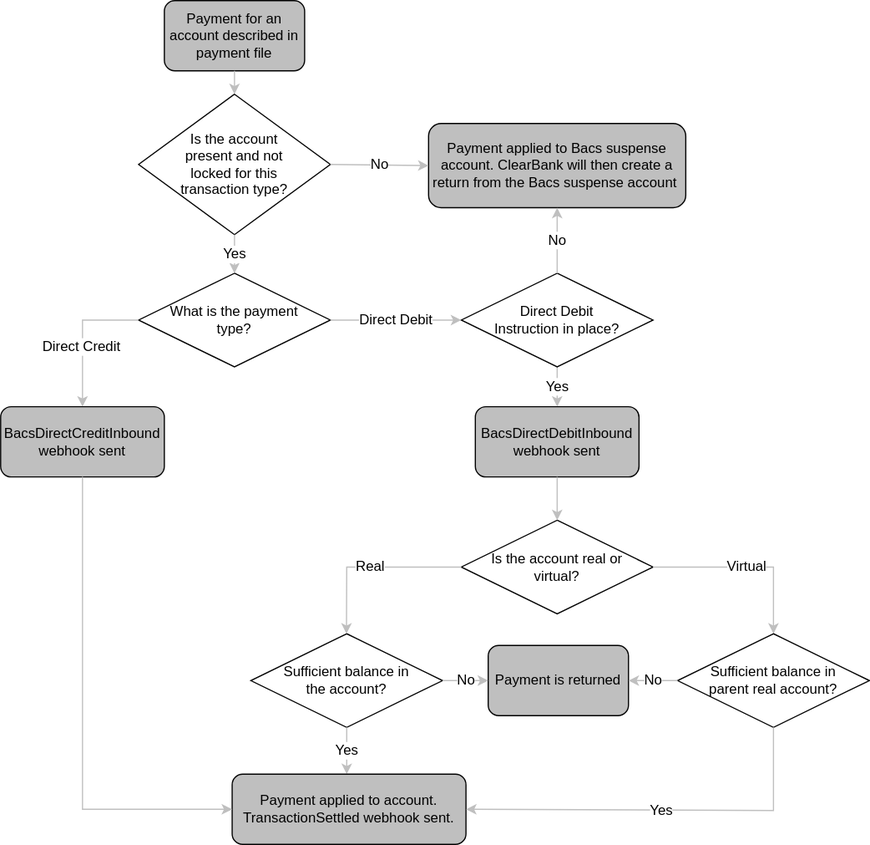
The draw.io diagram static/assets/images/BacsOverview-DecisionTree.svg in a-adamkovich-cb/clearbank.github.io, before a commit. Source tidied: cells renumbered, new cells last; positions are measured from the earlier drawing's top-left corner, leaving out a move shared by most shapes.
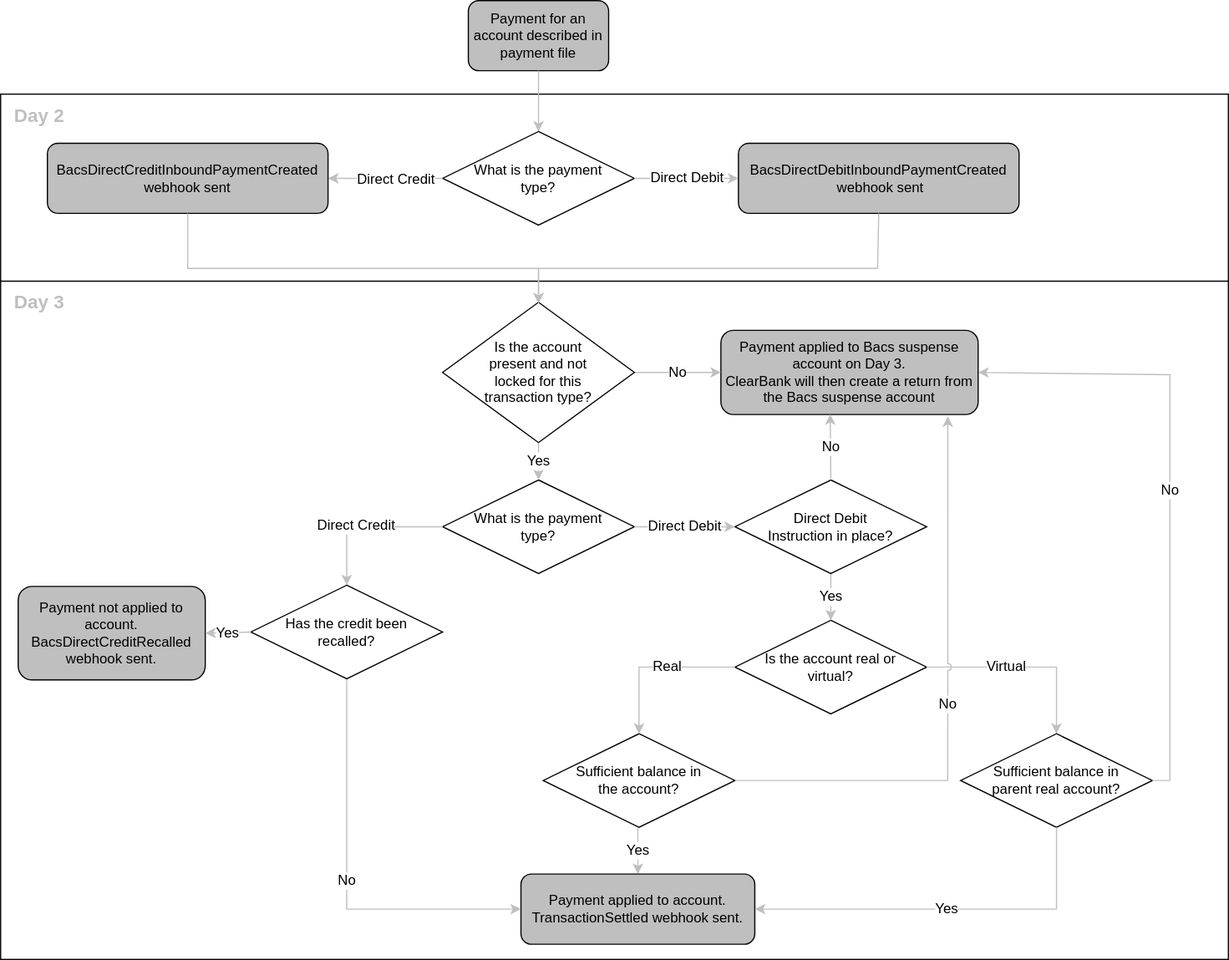
The same diagram one commit later.

The edit, as a diff of the source:
```diff
@@ -2,112 +2,161 @@
   <root>
     <mxCell id="0" />
     <mxCell id="1" parent="0" />
-    <mxCell id="2" value="Is the account present and not locked for this transaction type?" style="rhombus;whiteSpace=wrap;html=1;spacing=25;fontColor=#000000;" parent="1" vertex="1">
-      <mxGeometry x="118" y="80" width="164" height="120" as="geometry" />
-    </mxCell>
+    <mxCell id="30" value="&lt;b style=&quot;color: rgb(191, 191, 191); font-size: 16px; text-align: center;&quot;&gt;Day 2&lt;/b&gt;" style="rounded=0;whiteSpace=wrap;html=1;align=left;verticalAlign=top;spacing=2;spacingTop=2;spacingLeft=10;fontSize=16;" parent="1" vertex="1">
+      <mxGeometry x="-272" y="-97" width="1050" height="160" as="geometry" />
+    </mxCell>
+    <mxCell id="31" value="&lt;b style=&quot;color: rgb(191, 191, 191); font-size: 16px; text-align: center;&quot;&gt;Day 3&lt;/b&gt;" style="rounded=0;whiteSpace=wrap;html=1;align=left;verticalAlign=top;spacing=2;spacingTop=2;spacingLeft=10;fontSize=16;" parent="1" vertex="1">
+      <mxGeometry x="-272" y="63" width="1050" height="580" as="geometry" />
+    </mxCell>
     <mxCell id="3" value="&lt;span style=&quot;&quot;&gt;What is the payment type?&lt;/span&gt;" style="rhombus;whiteSpace=wrap;html=1;spacing=25;fontColor=#000000;" parent="1" vertex="1">
-      <mxGeometry x="118" y="233" width="164" height="80" as="geometry" />
+      <mxGeometry x="106" y="233" width="164" height="80" as="geometry" />
     </mxCell>
     <mxCell id="4" value="Sufficient balance in the account?" style="rhombus;whiteSpace=wrap;html=1;spacing=25;fontColor=#000000;" parent="1" vertex="1">
-      <mxGeometry x="214" y="541" width="164" height="80" as="geometry" />
+      <mxGeometry x="192" y="450" width="164" height="80" as="geometry" />
     </mxCell>
     <mxCell id="5" value="Is the account real or virtual?" style="rhombus;whiteSpace=wrap;html=1;spacing=25;fontColor=#000000;" parent="1" vertex="1">
-      <mxGeometry x="394" y="444" width="164" height="80" as="geometry" />
+      <mxGeometry x="356" y="353" width="164" height="80" as="geometry" />
     </mxCell>
-    <mxCell id="6" value="Yes" style="endArrow=classic;html=1;rounded=0;fontSize=12;fontColor=#000000;strokeColor=#bfbfbf;entryX=0.5;entryY=0;entryDx=0;entryDy=0;exitX=0.5;exitY=1;exitDx=0;exitDy=0;" parent="1" edge="1" source="2" target="3">
+    <mxCell id="6" value="Yes" style="endArrow=classic;html=1;rounded=0;fontSize=12;fontColor=#000000;strokeColor=#bfbfbf;exitX=0.5;exitY=1;exitDx=0;exitDy=0;" parent="1" edge="1" source="2" target="3">
       <mxGeometry relative="1" as="geometry" />
     </mxCell>
-    <mxCell id="7" value="Yes" style="endArrow=classic;html=1;rounded=0;fontSize=12;fontColor=#000000;strokeColor=#bfbfbf;exitX=0.5;exitY=1;exitDx=0;exitDy=0;" parent="1" edge="1" source="4">
+    <mxCell id="7" value="Yes" style="endArrow=classic;html=1;rounded=0;fontSize=12;fontColor=#000000;strokeColor=#bfbfbf;exitX=0.5;exitY=1;exitDx=0;exitDy=0;entryX=0.5;entryY=0;entryDx=0;entryDy=0;" parent="1" edge="1" target="10">
       <mxGeometry relative="1" as="geometry">
-        <mxPoint x="296" y="661" as="targetPoint" />
+        <mxPoint x="273" y="530" as="sourcePoint" />
       </mxGeometry>
     </mxCell>
-    <mxCell id="8" value="Yes" style="endArrow=classic;html=1;rounded=0;fontSize=12;fontColor=#000000;strokeColor=#bfbfbf;exitX=0.5;exitY=1;exitDx=0;exitDy=0;startArrow=none;entryX=0.5;entryY=0;entryDx=0;entryDy=0;" parent="1" edge="1" source="19" target="26">
+    <mxCell id="8" value="Yes" style="endArrow=classic;html=1;rounded=0;fontSize=12;fontColor=#000000;strokeColor=#bfbfbf;exitX=0.5;exitY=1;exitDx=0;exitDy=0;startArrow=none;entryX=0.5;entryY=0;entryDx=0;entryDy=0;" parent="1" edge="1" source="19" target="5">
       <mxGeometry relative="1" as="geometry" />
     </mxCell>
-    <mxCell id="9" value="Real" style="endArrow=classic;html=1;rounded=0;fontSize=12;fontColor=#000000;strokeColor=#bfbfbf;exitX=0;exitY=0.5;exitDx=0;exitDy=0;" parent="1" edge="1" source="5">
-      <mxGeometry relative="1" as="geometry">
-        <mxPoint x="295.8" y="541" as="targetPoint" />
+    <mxCell id="9" value="Real" style="endArrow=classic;html=1;rounded=0;fontSize=12;fontColor=#000000;strokeColor=#bfbfbf;exitX=0;exitY=0.5;exitDx=0;exitDy=0;entryX=0.5;entryY=0;entryDx=0;entryDy=0;" parent="1" edge="1" source="5" target="4">
+      <mxGeometry x="-0.17" relative="1" as="geometry">
         <Array as="points">
-          <mxPoint x="296" y="484" />
+          <mxPoint x="274" y="393" />
         </Array>
       </mxGeometry>
     </mxCell>
     <mxCell id="10" value="&lt;font&gt;Payment applied to account.&lt;br&gt;TransactionSettled webhook sent.&lt;br&gt;&lt;/font&gt;" style="rounded=1;whiteSpace=wrap;html=1;fontSize=12;fontColor=#000000;fillColor=#bfbfbf;align=center;" parent="1" vertex="1">
-      <mxGeometry x="198" y="661" width="200" height="60" as="geometry" />
+      <mxGeometry x="173" y="570" width="200" height="60" as="geometry" />
     </mxCell>
-    <mxCell id="11" value="&lt;font&gt;Payment for an account described in payment file&lt;/font&gt;" style="rounded=1;whiteSpace=wrap;html=1;fontSize=12;fontColor=#000000;fillColor=#bfbfbf;align=center;" parent="1" vertex="1">
-      <mxGeometry x="140" width="120" height="60" as="geometry" />
-    </mxCell>
-    <mxCell id="12" style="endArrow=classic;html=1;rounded=0;fontSize=12;fontColor=#000000;strokeColor=#bfbfbf;entryX=0.5;entryY=0;entryDx=0;entryDy=0;exitX=0.5;exitY=1;exitDx=0;exitDy=0;" parent="1" edge="1" source="11" target="2">
-      <mxGeometry relative="1" as="geometry" />
-    </mxCell>
     <mxCell id="13" value="Virtual" style="endArrow=classic;html=1;rounded=0;fontSize=12;fontColor=#000000;strokeColor=#bfbfbf;exitX=1;exitY=0.5;exitDx=0;exitDy=0;entryX=0.5;entryY=0;entryDx=0;entryDy=0;" parent="1" edge="1" source="5" target="14">
-      <mxGeometry relative="1" as="geometry">
+      <mxGeometry x="-0.19" relative="1" as="geometry">
         <Array as="points">
-          <mxPoint x="661" y="484" />
+          <mxPoint x="631" y="393" />
         </Array>
       </mxGeometry>
     </mxCell>
     <mxCell id="14" value="Sufficient balance in parent real account?" style="rhombus;whiteSpace=wrap;html=1;spacing=25;fontColor=#000000;" parent="1" vertex="1">
-      <mxGeometry x="579" y="541" width="164" height="80" as="geometry" />
+      <mxGeometry x="549" y="450" width="164" height="80" as="geometry" />
     </mxCell>
     <mxCell id="15" value="Yes" style="endArrow=classic;html=1;rounded=0;fontSize=12;fontColor=#000000;strokeColor=#bfbfbf;exitX=0.5;exitY=1;exitDx=0;exitDy=0;entryX=1;entryY=0.5;entryDx=0;entryDy=0;" parent="1" edge="1" source="14" target="10">
       <mxGeometry relative="1" as="geometry">
         <Array as="points">
-          <mxPoint x="661" y="692" />
+          <mxPoint x="631" y="600" />
         </Array>
       </mxGeometry>
     </mxCell>
-    <mxCell id="16" value="&lt;font&gt;Payment is returned&lt;/font&gt;" style="rounded=1;whiteSpace=wrap;html=1;fontSize=12;fontColor=#000000;fillColor=#bfbfbf;align=center;" parent="1" vertex="1">
-      <mxGeometry x="417" y="551" width="120" height="60" as="geometry" />
-    </mxCell>
-    <mxCell id="17" value="No" style="endArrow=classic;html=1;rounded=0;fontSize=12;fontColor=#000000;strokeColor=#bfbfbf;exitX=1;exitY=0.5;exitDx=0;exitDy=0;" parent="1" edge="1" source="4" target="16">
-      <mxGeometry relative="1" as="geometry" />
+    <mxCell id="17" value="No" style="endArrow=classic;html=1;rounded=0;fontSize=12;fontColor=#000000;strokeColor=#bfbfbf;exitX=1;exitY=0.5;exitDx=0;exitDy=0;entryX=0.882;entryY=1.021;entryDx=0;entryDy=0;entryPerimeter=0;jumpStyle=arc;" parent="1" edge="1" source="4" target="23">
+      <mxGeometry relative="1" as="geometry">
+        <Array as="points">
+          <mxPoint x="538" y="490" />
+        </Array>
+      </mxGeometry>
     </mxCell>
-    <mxCell id="18" value="No" style="endArrow=classic;html=1;rounded=0;fontSize=12;fontColor=#000000;strokeColor=#bfbfbf;entryX=1;entryY=0.5;entryDx=0;entryDy=0;" parent="1" edge="1" source="14" target="16">
-      <mxGeometry relative="1" as="geometry" />
+    <mxCell id="18" value="No" style="endArrow=classic;html=1;rounded=0;fontSize=12;fontColor=#000000;strokeColor=#bfbfbf;exitX=1;exitY=0.5;exitDx=0;exitDy=0;entryX=1;entryY=0.5;entryDx=0;entryDy=0;" parent="1" edge="1" source="14" target="23">
+      <mxGeometry relative="1" as="geometry">
+        <Array as="points">
+          <mxPoint x="728" y="490" />
+          <mxPoint x="728" y="143" />
+        </Array>
+      </mxGeometry>
     </mxCell>
     <mxCell id="19" value="Direct Debit Instruction in place?" style="rhombus;whiteSpace=wrap;html=1;spacing=25;fontColor=#000000;" parent="1" vertex="1">
-      <mxGeometry x="394" y="233" width="164" height="80" as="geometry" />
+      <mxGeometry x="356" y="233" width="164" height="80" as="geometry" />
     </mxCell>
     <mxCell id="20" value="Direct Debit" style="endArrow=classic;html=1;rounded=0;fontSize=12;fontColor=#000000;strokeColor=#bfbfbf;exitX=1;exitY=0.5;exitDx=0;exitDy=0;startArrow=none;entryX=0;entryY=0.5;entryDx=0;entryDy=0;" parent="1" edge="1" source="3" target="19">
       <mxGeometry relative="1" as="geometry" />
     </mxCell>
-    <mxCell id="21" style="endArrow=classic;html=1;rounded=0;fontSize=12;fontColor=#000000;strokeColor=#bfbfbf;exitX=0;exitY=0.5;exitDx=0;exitDy=0;entryX=0.5;entryY=0;entryDx=0;entryDy=0;" parent="1" edge="1" source="3" target="27">
+    <mxCell id="21" style="endArrow=classic;html=1;rounded=0;fontSize=12;fontColor=#000000;strokeColor=#bfbfbf;exitX=0;exitY=0.5;exitDx=0;exitDy=0;entryX=0.5;entryY=0;entryDx=0;entryDy=0;" parent="1" edge="1" source="3" target="42">
       <mxGeometry relative="1" as="geometry">
         <Array as="points">
-          <mxPoint x="70" y="273" />
+          <mxPoint x="24" y="273" />
         </Array>
       </mxGeometry>
     </mxCell>
     <mxCell id="22" value="Direct Credit" style="edgeLabel;html=1;align=center;verticalAlign=middle;fontSize=12;fontColor=#000000;" parent="21" vertex="1">
       <mxGeometry x="0.14" y="-2" relative="1" as="geometry" />
     </mxCell>
-    <mxCell id="23" value="&lt;span style=&quot;background-color: initial;&quot;&gt;Payment applied to Bacs suspense account. ClearBank will then create a return from the&amp;nbsp;&lt;/span&gt;&lt;span style=&quot;background-color: initial;&quot;&gt;Bacs suspense account&amp;nbsp;&lt;/span&gt;" style="rounded=1;whiteSpace=wrap;html=1;fontSize=12;fontColor=#000000;fillColor=#bfbfbf;align=center;" parent="1" vertex="1">
-      <mxGeometry x="366" y="105" width="220" height="72" as="geometry" />
+    <mxCell id="23" value="&lt;span style=&quot;background-color: initial;&quot;&gt;Payment applied to Bacs suspense account on Day 3.&lt;br&gt;ClearBank will then create a return from the&amp;nbsp;&lt;/span&gt;&lt;span style=&quot;background-color: initial;&quot;&gt;Bacs suspense account&lt;/span&gt;" style="rounded=1;whiteSpace=wrap;html=1;fontSize=12;fontColor=#000000;fillColor=#bfbfbf;align=center;" parent="1" vertex="1">
+      <mxGeometry x="344" y="105" width="220" height="72" as="geometry" />
     </mxCell>
     <mxCell id="24" value="No" style="endArrow=classic;html=1;rounded=0;fontSize=12;fontColor=#000000;strokeColor=#bfbfbf;exitX=1;exitY=0.5;exitDx=0;exitDy=0;entryX=0;entryY=0.5;entryDx=0;entryDy=0;" parent="1" edge="1" source="2" target="23">
       <mxGeometry relative="1" as="geometry" />
     </mxCell>
-    <mxCell id="25" value="No" style="endArrow=classic;html=1;rounded=0;fontSize=12;fontColor=#000000;strokeColor=#bfbfbf;exitX=0.5;exitY=0;exitDx=0;exitDy=0;entryX=0.5;entryY=1;entryDx=0;entryDy=0;" parent="1" edge="1" source="19" target="23">
+    <mxCell id="25" value="No" style="endArrow=classic;html=1;rounded=0;fontSize=12;fontColor=#000000;strokeColor=#bfbfbf;exitX=0.5;exitY=0;exitDx=0;exitDy=0;entryX=0.425;entryY=0.997;entryDx=0;entryDy=0;entryPerimeter=0;" parent="1" edge="1" source="19" target="23">
       <mxGeometry relative="1" as="geometry" />
     </mxCell>
-    <mxCell id="26" value="&lt;font&gt;BacsDirectDebitInbound webhook sent&lt;/font&gt;" style="rounded=1;whiteSpace=wrap;html=1;fontSize=12;fontColor=#000000;fillColor=#bfbfbf;align=center;" parent="1" vertex="1">
-      <mxGeometry x="406" y="347" width="140" height="60" as="geometry" />
-    </mxCell>
-    <mxCell id="27" value="&lt;font&gt;BacsDirectCreditInbound webhook sent&lt;/font&gt;" style="rounded=1;whiteSpace=wrap;html=1;fontSize=12;fontColor=#000000;fillColor=#bfbfbf;align=center;" parent="1" vertex="1">
-      <mxGeometry y="347" width="140" height="60" as="geometry" />
-    </mxCell>
-    <mxCell id="28" style="endArrow=classic;html=1;rounded=0;fontSize=12;fontColor=#000000;strokeColor=#bfbfbf;exitX=0.5;exitY=1;exitDx=0;exitDy=0;entryX=0;entryY=0.5;entryDx=0;entryDy=0;" parent="1" edge="1" source="27" target="10">
-      <mxGeometry relative="1" as="geometry">
-        <Array as="points">
-          <mxPoint x="70" y="691" />
-        </Array>
-      </mxGeometry>
-    </mxCell>
-    <mxCell id="29" style="endArrow=classic;html=1;rounded=0;fontSize=12;fontColor=#000000;strokeColor=#bfbfbf;exitX=0.5;exitY=1;exitDx=0;exitDy=0;entryX=0.5;entryY=0;entryDx=0;entryDy=0;" parent="1" edge="1" source="26" target="5">
-      <mxGeometry relative="1" as="geometry" />
-    </mxCell>
+    <mxCell id="32" value="No" style="endArrow=classic;html=1;rounded=0;fontSize=12;fontColor=#000000;strokeColor=#bfbfbf;exitX=0.5;exitY=1;exitDx=0;exitDy=0;entryX=0;entryY=0.5;entryDx=0;entryDy=0;" parent="1" edge="1" source="42" target="10">
+      <mxGeometry relative="1" as="geometry">
+        <Array as="points">
+          <mxPoint x="24" y="600" />
+        </Array>
+      </mxGeometry>
+    </mxCell>
+    <mxCell id="11" value="&lt;font&gt;Payment for an account described in payment file&lt;/font&gt;" style="rounded=1;whiteSpace=wrap;html=1;fontSize=12;fontColor=#000000;fillColor=#bfbfbf;align=center;" parent="1" vertex="1">
+      <mxGeometry x="128" y="-177" width="120" height="60" as="geometry" />
+    </mxCell>
+    <mxCell id="33" style="endArrow=classic;html=1;rounded=0;fontSize=12;fontColor=#000000;strokeColor=#bfbfbf;entryX=0.5;entryY=0;entryDx=0;entryDy=0;exitX=0.5;exitY=1;exitDx=0;exitDy=0;" parent="1" edge="1" source="11" target="34">
+      <mxGeometry relative="1" as="geometry" />
+    </mxCell>
+    <mxCell id="34" value="&lt;span style=&quot;&quot;&gt;What is the payment type?&lt;/span&gt;" style="rhombus;whiteSpace=wrap;html=1;spacing=25;fontColor=#000000;" parent="1" vertex="1">
+      <mxGeometry x="106" y="-65" width="164" height="80" as="geometry" />
+    </mxCell>
+    <mxCell id="35" value="Direct Debit" style="endArrow=classic;html=1;rounded=0;fontSize=12;fontColor=#000000;strokeColor=#bfbfbf;exitX=1;exitY=0.5;exitDx=0;exitDy=0;startArrow=none;entryX=0;entryY=0.5;entryDx=0;entryDy=0;" parent="1" edge="1" source="34" target="39">
+      <mxGeometry relative="1" as="geometry" />
+    </mxCell>
+    <mxCell id="36" style="endArrow=classic;html=1;rounded=0;fontSize=12;fontColor=#000000;strokeColor=#bfbfbf;exitX=0;exitY=0.5;exitDx=0;exitDy=0;entryX=1;entryY=0.5;entryDx=0;entryDy=0;" parent="1" edge="1" source="34" target="38">
+      <mxGeometry relative="1" as="geometry" />
+    </mxCell>
+    <mxCell id="37" value="Direct Credit" style="edgeLabel;html=1;align=center;verticalAlign=middle;fontSize=12;fontColor=#000000;" parent="36" vertex="1">
+      <mxGeometry x="0.14" y="-2" relative="1" as="geometry">
+        <mxPoint x="15" y="2" as="offset" />
+      </mxGeometry>
+    </mxCell>
+    <mxCell id="38" value="&lt;font&gt;BacsDirectCreditInboundPaymentCreated webhook sent&lt;/font&gt;" style="rounded=1;whiteSpace=wrap;html=1;fontSize=12;fontColor=#000000;fillColor=#bfbfbf;align=center;" parent="1" vertex="1">
+      <mxGeometry x="-232" y="-55" width="240" height="60" as="geometry" />
+    </mxCell>
+    <mxCell id="39" value="&lt;font&gt;BacsDirectDebitInboundPaymentCreated&lt;br&gt;&amp;nbsp;webhook sent&lt;/font&gt;" style="rounded=1;whiteSpace=wrap;html=1;fontSize=12;fontColor=#000000;fillColor=#bfbfbf;align=center;" parent="1" vertex="1">
+      <mxGeometry x="359" y="-55" width="240" height="60" as="geometry" />
+    </mxCell>
+    <mxCell id="2" value="Is the account present and not locked for this transaction type?" style="rhombus;whiteSpace=wrap;html=1;spacing=25;fontColor=#000000;" parent="1" vertex="1">
+      <mxGeometry x="106" y="81" width="164" height="120" as="geometry" />
+    </mxCell>
+    <mxCell id="40" style="endArrow=classic;html=1;rounded=0;fontSize=12;fontColor=#000000;strokeColor=#bfbfbf;exitX=0.5;exitY=1;exitDx=0;exitDy=0;" parent="1" edge="1" source="38">
+      <mxGeometry relative="1" as="geometry">
+        <mxPoint x="188" y="82" as="targetPoint" />
+        <Array as="points">
+          <mxPoint x="-112" y="52" />
+          <mxPoint x="188" y="52" />
+        </Array>
+      </mxGeometry>
+    </mxCell>
+    <mxCell id="41" style="endArrow=classic;html=1;rounded=0;fontSize=12;fontColor=#000000;strokeColor=#bfbfbf;exitX=0.5;exitY=1;exitDx=0;exitDy=0;" parent="1" edge="1" source="39">
+      <mxGeometry relative="1" as="geometry">
+        <mxPoint x="188" y="82" as="targetPoint" />
+        <Array as="points">
+          <mxPoint x="478" y="52" />
+          <mxPoint x="188" y="52" />
+        </Array>
+      </mxGeometry>
+    </mxCell>
+    <mxCell id="42" value="&lt;span style=&quot;&quot;&gt;Has the credit been recalled?&lt;/span&gt;" style="rhombus;whiteSpace=wrap;html=1;spacing=25;fontColor=#000000;" parent="1" vertex="1">
+      <mxGeometry x="-58" y="323" width="164" height="80" as="geometry" />
+    </mxCell>
+    <mxCell id="43" value="&lt;font&gt;Payment not applied to account.&lt;br&gt;BacsDirectCreditRecalled webhook sent.&lt;br&gt;&lt;/font&gt;" style="rounded=1;whiteSpace=wrap;html=1;fontSize=12;fontColor=#000000;fillColor=#bfbfbf;align=center;" parent="1" vertex="1">
+      <mxGeometry x="-257" y="324" width="160" height="80" as="geometry" />
+    </mxCell>
+    <mxCell id="44" value="Yes" style="endArrow=classic;html=1;rounded=0;fontSize=12;fontColor=#000000;strokeColor=#bfbfbf;exitX=0;exitY=0.5;exitDx=0;exitDy=0;entryX=1;entryY=0.5;entryDx=0;entryDy=0;" parent="1" edge="1" source="42" target="43">
+      <mxGeometry relative="1" as="geometry" />
+    </mxCell>
   </root>
 </mxGraphModel>
```
